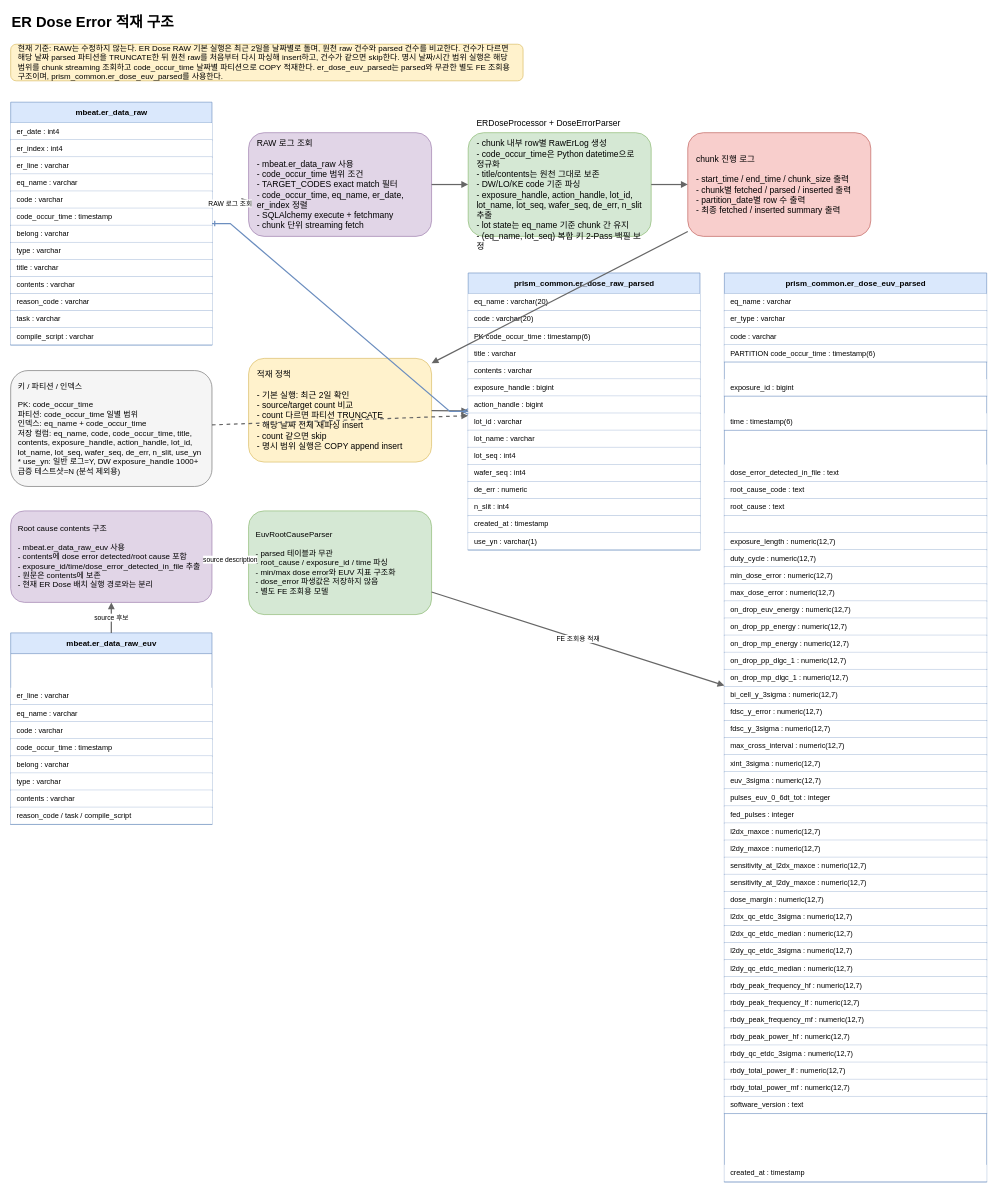
The draw.io diagram docs/er_dose_flow.drawio in junho0831/PythonStudy, before the edit. Source tidied: cells renumbered, new cells numbered last; positions are measured from the earlier drawing's top-left corner, leaving out a move shared by most shapes. Both pictures are drawn from the tidied source at 61%, with x=0, y=0 at pixel (10, 10).
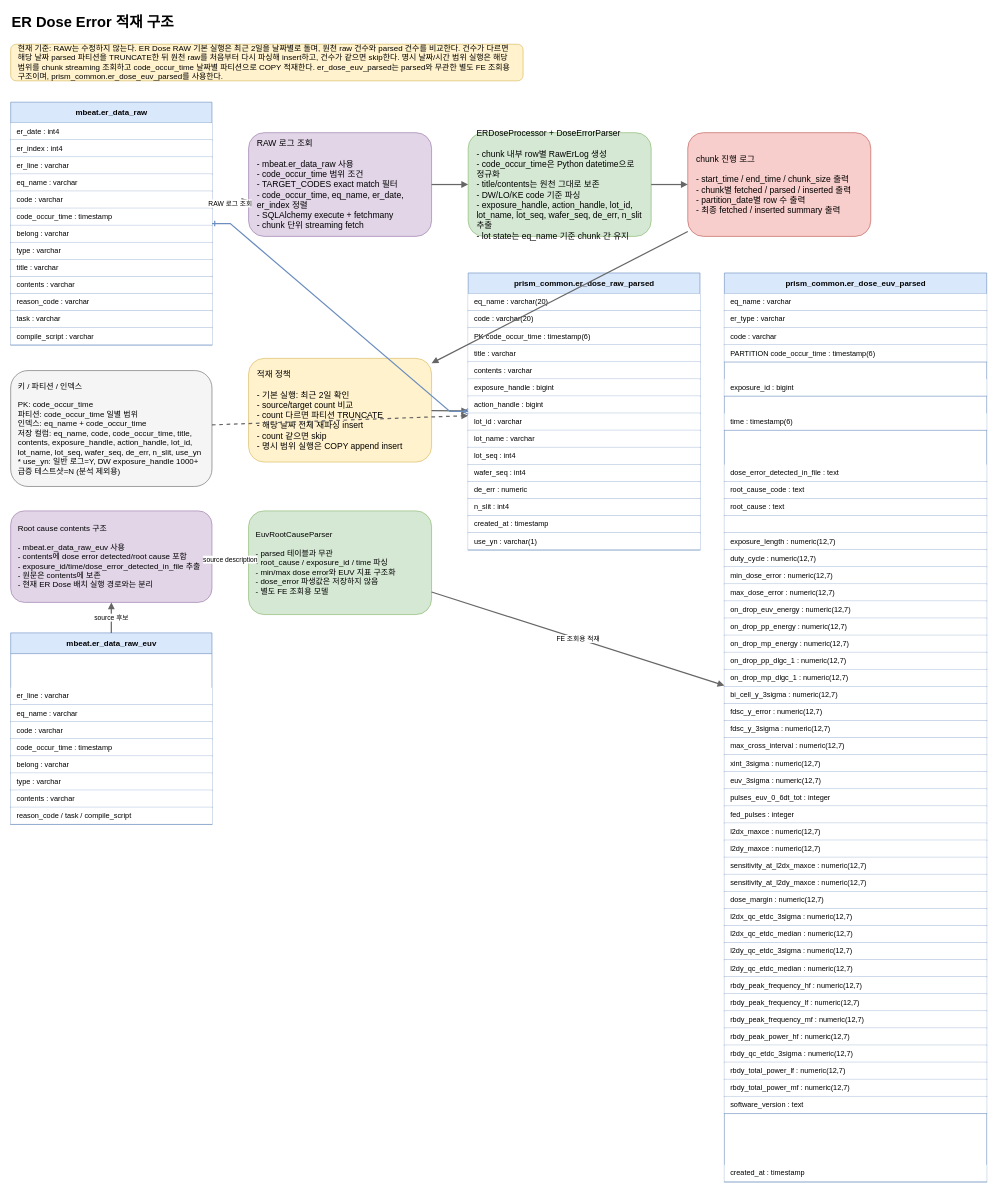
The same diagram, later.

Commit message (it also covers changes not shown here):
- 복합키 기반 2-pass 제거

The edit, as a diff of the source:
```diff
@@
-    <mxCell id="19" value="ERDoseProcessor + DoseErrorParser&#10;&#10;- chunk 내부 row별 RawErLog 생성&#10;- code_occur_time은 Python datetime으로 정규화&#10;- title/contents는 원천 그대로 보존&#10;- DW/LO/KE code 기준 파싱&#10;- exposure_handle, action_handle, lot_id, lot_name, lot_seq, wafer_seq, de_err, n_slit 추출&#10;- lot state는 eq_name 기준 chunk 간 유지&#10;- (eq_name, lot_seq) 복합 키 2-Pass 백필 보정" style="rounded=1;whiteSpace=wrap;html=1;fillColor=#d5e8d4;strokeColor=#82b366;fontSize=14;align=left;spacing=14;" parent="1" vertex="1">
+    <mxCell id="19" value="ERDoseProcessor + DoseErrorParser&#10;&#10;- chunk 내부 row별 RawErLog 생성&#10;- code_occur_time은 Python datetime으로 정규화&#10;- title/contents는 원천 그대로 보존&#10;- DW/LO/KE code 기준 파싱&#10;- exposure_handle, action_handle, lot_id, lot_name, lot_seq, wafer_seq, de_err, n_slit 추출&#10;- lot state는 eq_name 기준 chunk 간 유지" style="rounded=1;whiteSpace=wrap;html=1;fillColor=#d5e8d4;strokeColor=#82b366;fontSize=14;align=left;spacing=14;" parent="1" vertex="1">
       <mxGeometry x="750" y="200" width="300" height="170" as="geometry" />
     </mxCell>
```
